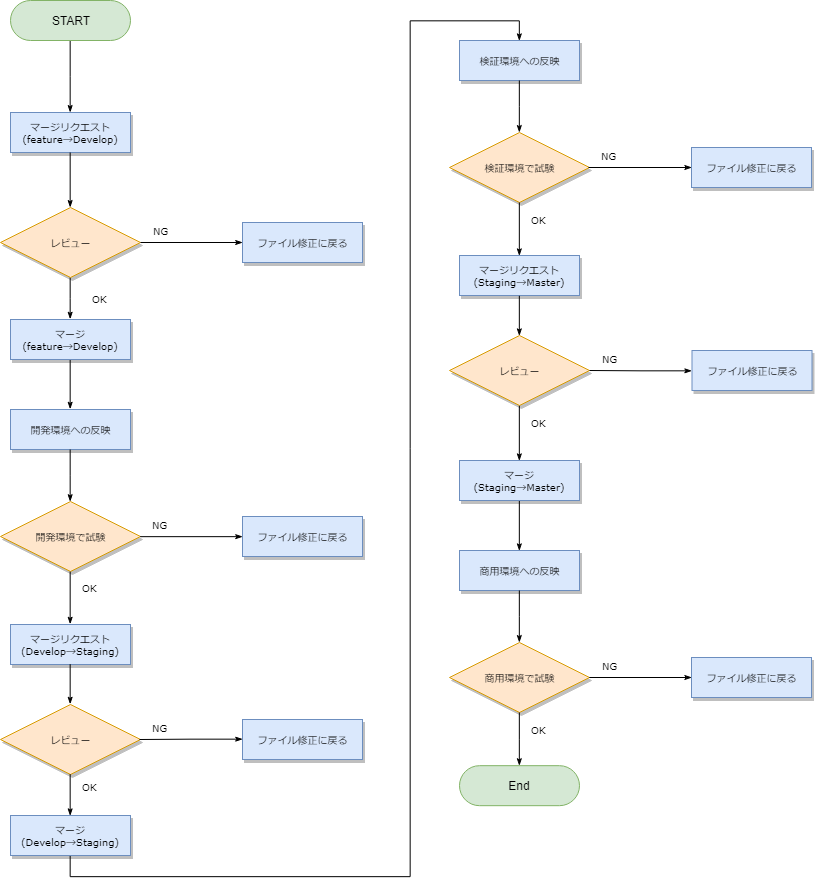
Before: technology_memo/images/GitHub_Opetation_Flow/Git_Operation_Flow_002.png, a diagram exported from draw.io (legitwhiz/legitwhiz.github.io). Source tidied: cells renumbered, new cells last; positions are measured from the earlier drawing's top-left corner, leaving out a move shared by most shapes.
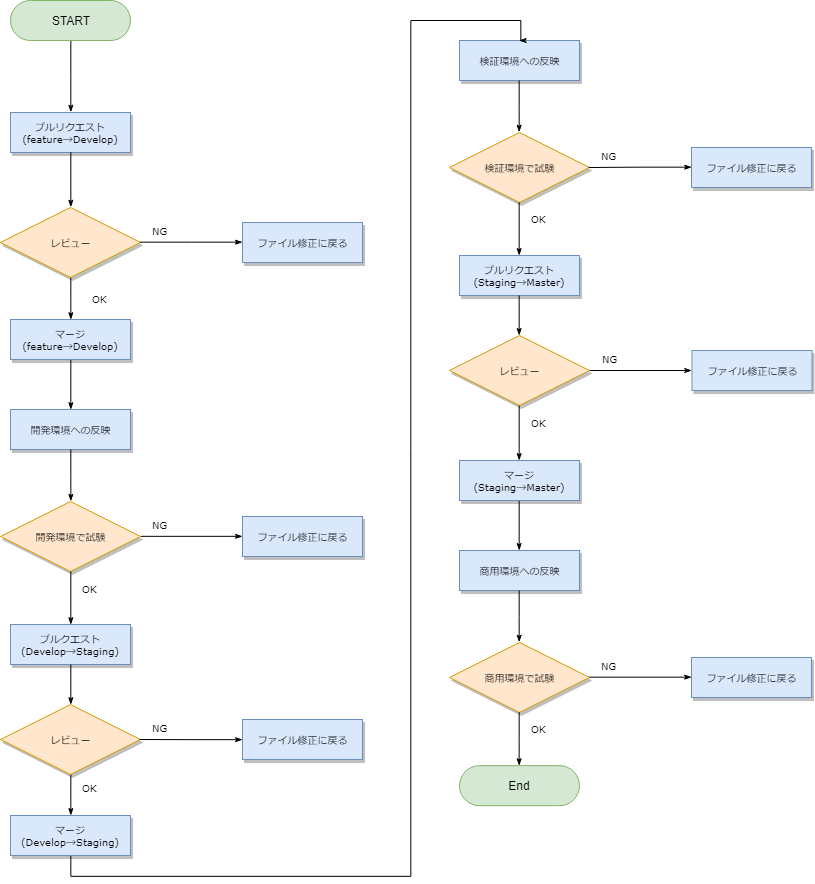
Above is the later version.

The edit, as a diff of the source:
```diff
@@ -43,7 +43,7 @@
     <mxCell id="10" value="START" style="rounded=1;whiteSpace=wrap;html=1;arcSize=50;fillColor=#d5e8d4;strokeColor=#82b366;" parent="1" vertex="1">
       <mxGeometry x="10" width="120" height="40" as="geometry" />
     </mxCell>
-    <mxCell id="11" value="マージリクエスト(feature→Develop)" style="whiteSpace=wrap;html=1;rounded=0;shadow=1;labelBackgroundColor=none;strokeColor=#6c8ebf;strokeWidth=1;fillColor=#dae8fc;fontFamily=Verdana;fontSize=8;align=center;" parent="1" vertex="1">
+    <mxCell id="11" value="プルリクエスト(feature→Develop)" style="whiteSpace=wrap;html=1;rounded=0;shadow=1;labelBackgroundColor=none;strokeColor=#6c8ebf;strokeWidth=1;fillColor=#dae8fc;fontFamily=Verdana;fontSize=8;align=center;" parent="1" vertex="1">
       <mxGeometry x="10" y="112" width="120" height="40" as="geometry" />
     </mxCell>
     <mxCell id="12" value="ファイル修正に戻る" style="whiteSpace=wrap;html=1;rounded=0;shadow=1;labelBackgroundColor=none;strokeColor=#6c8ebf;strokeWidth=1;fillColor=#dae8fc;fontFamily=Verdana;fontSize=8;align=center;" parent="1" vertex="1">
@@ -75,7 +75,7 @@
     <mxCell id="20" value="&lt;span style=&quot;font-size: 8px&quot;&gt;開発環境で試験&lt;/span&gt;" style="rhombus;whiteSpace=wrap;html=1;rounded=0;shadow=1;labelBackgroundColor=none;strokeColor=#d79b00;strokeWidth=1;fillColor=#ffe6cc;fontFamily=Verdana;fontSize=8;align=center;" parent="1" vertex="1">
       <mxGeometry y="501" width="140" height="70" as="geometry" />
     </mxCell>
-    <mxCell id="21" value="マージリクエスト(Develop→Staging)" style="whiteSpace=wrap;html=1;rounded=0;shadow=1;labelBackgroundColor=none;strokeColor=#6c8ebf;strokeWidth=1;fillColor=#dae8fc;fontFamily=Verdana;fontSize=8;align=center;" parent="1" vertex="1">
+    <mxCell id="21" value="プルクエスト(Develop→Staging)" style="whiteSpace=wrap;html=1;rounded=0;shadow=1;labelBackgroundColor=none;strokeColor=#6c8ebf;strokeWidth=1;fillColor=#dae8fc;fontFamily=Verdana;fontSize=8;align=center;" parent="1" vertex="1">
       <mxGeometry x="10" y="624" width="120" height="40" as="geometry" />
     </mxCell>
     <mxCell id="22" value="OK" style="edgeStyle=orthogonalEdgeStyle;rounded=0;html=1;labelBackgroundColor=none;startSize=5;endArrow=classicThin;endFill=1;endSize=5;jettySize=auto;strokeColor=#000000;strokeWidth=1;fontFamily=Verdana;fontSize=8;fontColor=#000000;entryX=0.5;entryY=0;entryDx=0;entryDy=0;align=left;exitX=0.5;exitY=1;exitDx=0;exitDy=0;" parent="1" edge="1" source="20" target="21">
@@ -112,7 +112,7 @@
     <mxCell id="30" value="&lt;span style=&quot;font-size: 8px&quot;&gt;検証環境で試験&lt;/span&gt;" style="rhombus;whiteSpace=wrap;html=1;rounded=0;shadow=1;labelBackgroundColor=none;strokeColor=#d79b00;strokeWidth=1;fillColor=#ffe6cc;fontFamily=Verdana;fontSize=8;align=center;" parent="1" vertex="1">
       <mxGeometry x="449" y="132" width="140" height="70" as="geometry" />
     </mxCell>
-    <mxCell id="31" value="マージリクエスト(Staging→Master)" style="whiteSpace=wrap;html=1;rounded=0;shadow=1;labelBackgroundColor=none;strokeColor=#6c8ebf;strokeWidth=1;fillColor=#dae8fc;fontFamily=Verdana;fontSize=8;align=center;" parent="1" vertex="1">
+    <mxCell id="31" value="プルリクエスト(Staging→Master)" style="whiteSpace=wrap;html=1;rounded=0;shadow=1;labelBackgroundColor=none;strokeColor=#6c8ebf;strokeWidth=1;fillColor=#dae8fc;fontFamily=Verdana;fontSize=8;align=center;" parent="1" vertex="1">
       <mxGeometry x="459" y="255" width="120" height="40" as="geometry" />
     </mxCell>
     <mxCell id="32" value="OK" style="edgeStyle=orthogonalEdgeStyle;rounded=0;html=1;labelBackgroundColor=none;startSize=5;endArrow=classicThin;endFill=1;endSize=5;jettySize=auto;strokeColor=#000000;strokeWidth=1;fontFamily=Verdana;fontSize=8;fontColor=#000000;align=left;entryX=0.5;entryY=0;entryDx=0;entryDy=0;exitX=0.5;exitY=1;exitDx=0;exitDy=0;" parent="1" edge="1" source="30" target="31">
```
